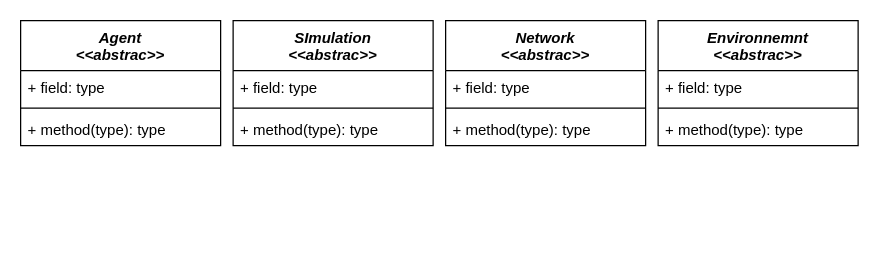
The draw.io diagram page "UML" (1 of 2) of .doc/py_light_mas.drawio in PouceHeure/py_light_mas, before the edit. Source tidied: cells renumbered, new cells numbered last; positions are measured from the earlier drawing's top-left corner, leaving out a move shared by most shapes. Both pictures are drawn from the tidied source at 125%, with x=0, y=0 at pixel (20, 20).
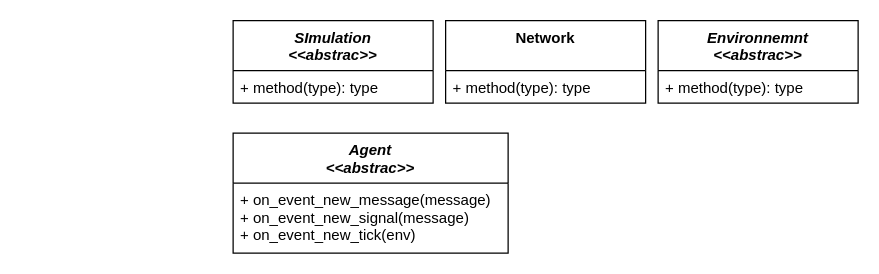
The same diagram, later.

Diff of the diagram source:
```diff
@@
 <mxGraphModel>
   <root>
     <mxCell id="0" />
     <mxCell id="1" parent="0" />
-    <mxCell id="2" value="Agent&#10;&lt;&lt;abstrac&gt;&gt;" style="swimlane;fontStyle=3;align=center;verticalAlign=top;horizontal=1;startSize=40;" parent="1" vertex="1">
-      <mxGeometry width="160" height="100" as="geometry" />
-    </mxCell>
-    <mxCell id="3" value="+ field: type" style="text;strokeColor=none;fillColor=none;align=left;verticalAlign=top;spacingLeft=4;spacingRight=4;overflow=hidden;" parent="2" vertex="1">
-      <mxGeometry y="40" width="160" height="26" as="geometry" />
-    </mxCell>
-    <mxCell id="4" style="line;strokeWidth=1;fillColor=none;align=left;verticalAlign=middle;spacingTop=-1;spacingLeft=3;spacingRight=3;labelPosition=right;" parent="2" vertex="1">
-      <mxGeometry y="66" width="160" height="8" as="geometry" />
-    </mxCell>
-    <mxCell id="5" value="+ method(type): type" style="text;strokeColor=none;fillColor=none;align=left;verticalAlign=top;spacingLeft=4;spacingRight=4;overflow=hidden;" parent="2" vertex="1">
-      <mxGeometry y="74" width="160" height="26" as="geometry" />
-    </mxCell>
     <mxCell id="6" value="SImulation&#10;&lt;&lt;abstrac&gt;&gt;" style="swimlane;fontStyle=3;align=center;verticalAlign=top;horizontal=1;startSize=40;" parent="1" vertex="1">
-      <mxGeometry x="170" width="160" height="100" as="geometry" />
+      <mxGeometry x="170" width="160" height="66" as="geometry" />
     </mxCell>
-    <mxCell id="7" value="+ field: type" style="text;strokeColor=none;fillColor=none;align=left;verticalAlign=top;spacingLeft=4;spacingRight=4;overflow=hidden;" parent="6" vertex="1">
-      <mxGeometry y="40" width="160" height="26" as="geometry" />
-    </mxCell>
-    <mxCell id="8" style="line;strokeWidth=1;fillColor=none;align=left;verticalAlign=middle;spacingTop=-1;spacingLeft=3;spacingRight=3;labelPosition=right;" parent="6" vertex="1">
-      <mxGeometry y="66" width="160" height="8" as="geometry" />
-    </mxCell>
     <mxCell id="9" value="+ method(type): type" style="text;strokeColor=none;fillColor=none;align=left;verticalAlign=top;spacingLeft=4;spacingRight=4;overflow=hidden;" parent="6" vertex="1">
-      <mxGeometry y="74" width="160" height="26" as="geometry" />
+      <mxGeometry y="40" width="160" height="26" as="geometry" />
     </mxCell>
-    <mxCell id="10" value="Network&#10;&lt;&lt;abstrac&gt;&gt;" style="swimlane;fontStyle=3;align=center;verticalAlign=top;horizontal=1;startSize=40;" parent="1" vertex="1">
-      <mxGeometry x="340" width="160" height="100" as="geometry" />
+    <mxCell id="10" value="Network" style="swimlane;fontStyle=1;align=center;verticalAlign=top;horizontal=1;startSize=40;" parent="1" vertex="1">
+      <mxGeometry x="340" width="160" height="66" as="geometry" />
     </mxCell>
-    <mxCell id="11" value="+ field: type" style="text;strokeColor=none;fillColor=none;align=left;verticalAlign=top;spacingLeft=4;spacingRight=4;overflow=hidden;" parent="10" vertex="1">
-      <mxGeometry y="40" width="160" height="26" as="geometry" />
-    </mxCell>
-    <mxCell id="12" style="line;strokeWidth=1;fillColor=none;align=left;verticalAlign=middle;spacingTop=-1;spacingLeft=3;spacingRight=3;labelPosition=right;" parent="10" vertex="1">
-      <mxGeometry y="66" width="160" height="8" as="geometry" />
-    </mxCell>
     <mxCell id="13" value="+ method(type): type" style="text;strokeColor=none;fillColor=none;align=left;verticalAlign=top;spacingLeft=4;spacingRight=4;overflow=hidden;" parent="10" vertex="1">
-      <mxGeometry y="74" width="160" height="26" as="geometry" />
+      <mxGeometry y="40" width="160" height="26" as="geometry" />
     </mxCell>
     <mxCell id="14" value="Environnemnt&#10;&lt;&lt;abstrac&gt;&gt;" style="swimlane;fontStyle=3;align=center;verticalAlign=top;horizontal=1;startSize=40;" parent="1" vertex="1">
-      <mxGeometry x="510" width="160" height="100" as="geometry" />
+      <mxGeometry x="510" width="160" height="66" as="geometry" />
     </mxCell>
-    <mxCell id="15" value="+ field: type" style="text;strokeColor=none;fillColor=none;align=left;verticalAlign=top;spacingLeft=4;spacingRight=4;overflow=hidden;" parent="14" vertex="1">
-      <mxGeometry y="40" width="160" height="26" as="geometry" />
-    </mxCell>
-    <mxCell id="16" style="line;strokeWidth=1;fillColor=none;align=left;verticalAlign=middle;spacingTop=-1;spacingLeft=3;spacingRight=3;labelPosition=right;" parent="14" vertex="1">
-      <mxGeometry y="66" width="160" height="8" as="geometry" />
-    </mxCell>
     <mxCell id="17" value="+ method(type): type" style="text;strokeColor=none;fillColor=none;align=left;verticalAlign=top;spacingLeft=4;spacingRight=4;overflow=hidden;" parent="14" vertex="1">
-      <mxGeometry y="74" width="160" height="26" as="geometry" />
+      <mxGeometry y="40" width="160" height="26" as="geometry" />
     </mxCell>
+    <mxCell id="2" value="Agent&#10;&lt;&lt;abstrac&gt;&gt;" style="swimlane;fontStyle=3;align=center;verticalAlign=top;horizontal=1;startSize=40;" parent="1" vertex="1">
+      <mxGeometry x="170" y="90" width="220" height="96" as="geometry" />
+    </mxCell>
+    <mxCell id="5" value="+ on_event_new_message(message)&#10;+ on_event_new_signal(message)&#10;+ on_event_new_tick(env)" style="text;strokeColor=none;fillColor=none;align=left;verticalAlign=top;spacingLeft=4;spacingRight=4;overflow=hidden;" parent="2" vertex="1">
+      <mxGeometry y="40" width="220" height="56" as="geometry" />
+    </mxCell>
   </root>
 </mxGraphModel>
```
